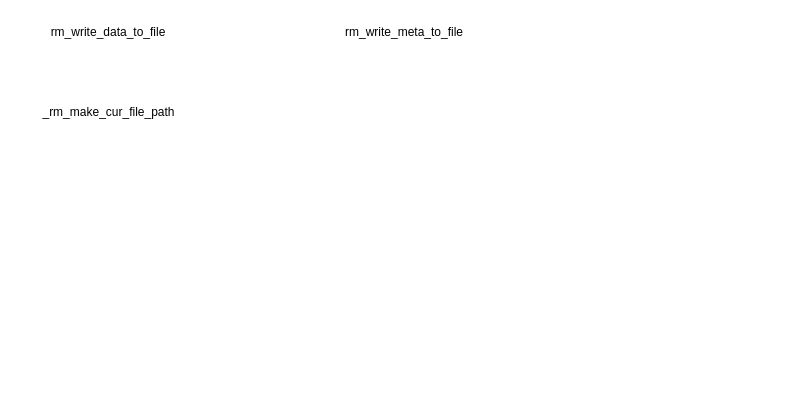
The draw.io diagram 제목 없는 다이어그램.drawio in JaeHyeon774/NEWTIL, before the edit. Source tidied: cells renumbered, new cells numbered last; positions are measured from the earlier drawing's top-left corner, leaving out a move shared by most shapes. Both pictures are drawn from the tidied source at 100%, with x=0, y=0 at pixel (33, 17).
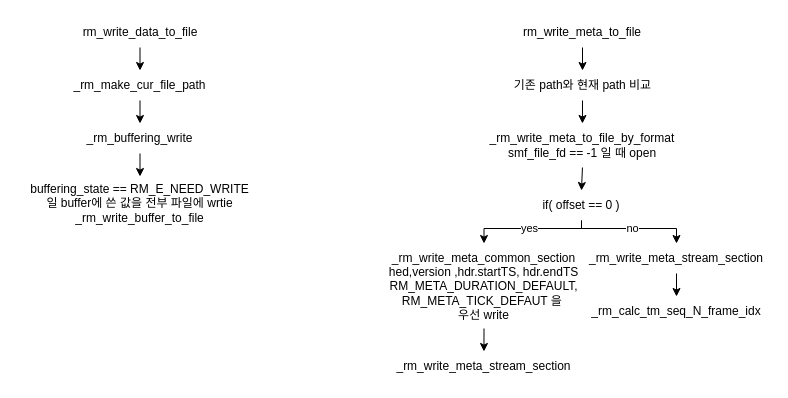
After the change.

Commit message (it also covers changes not shown here):
제목 없는 다이어그램.drawio 업데이트

Diff of the diagram source:
```diff
@@
+    <mxCell id="5" style="edgeStyle=orthogonalEdgeStyle;rounded=0;jettySize=auto;html=1;exitX=0.5;exitY=1;exitDx=0;exitDy=0;entryX=0.5;entryY=0;entryDx=0;entryDy=0;" parent="1" edge="1" source="2" target="12">
+      <mxGeometry relative="1" as="geometry" />
+    </mxCell>
     <mxCell id="2" value="rm_write_meta_to_file" style="text;html=1;strokeColor=none;fillColor=none;align=center;verticalAlign=middle;whiteSpace=wrap;rounded=0;" parent="1" vertex="1">
-      <mxGeometry x="306" width="130" height="30" as="geometry" />
+      <mxGeometry x="484" width="130" height="30" as="geometry" />
     </mxCell>
+    <mxCell id="6" style="edgeStyle=orthogonalEdgeStyle;rounded=0;jettySize=auto;html=1;exitX=0.5;exitY=1;exitDx=0;exitDy=0;entryX=0.5;entryY=0;entryDx=0;entryDy=0;" parent="1" edge="1" source="3" target="4">
+      <mxGeometry relative="1" as="geometry" />
+    </mxCell>
     <mxCell id="3" value="rm_write_data_to_file" style="text;html=1;strokeColor=none;fillColor=none;align=center;verticalAlign=middle;whiteSpace=wrap;rounded=0;" parent="1" vertex="1">
-      <mxGeometry x="10" width="130" height="30" as="geometry" />
+      <mxGeometry x="41.5" width="130" height="30" as="geometry" />
     </mxCell>
+    <mxCell id="7" style="edgeStyle=orthogonalEdgeStyle;rounded=0;jettySize=auto;html=1;exitX=0.5;exitY=1;exitDx=0;exitDy=0;entryX=0.5;entryY=0;entryDx=0;entryDy=0;" parent="1" edge="1" source="4" target="9">
+      <mxGeometry relative="1" as="geometry" />
+    </mxCell>
     <mxCell id="4" value="_rm_make_cur_file_path" style="text;html=1;strokeColor=none;fillColor=none;align=center;verticalAlign=middle;whiteSpace=wrap;rounded=0;" parent="1" vertex="1">
-      <mxGeometry x="-0.5" y="80" width="151" height="30" as="geometry" />
+      <mxGeometry x="31" y="53" width="151" height="30" as="geometry" />
     </mxCell>
+    <mxCell id="8" style="edgeStyle=orthogonalEdgeStyle;rounded=0;jettySize=auto;html=1;exitX=0.5;exitY=1;exitDx=0;exitDy=0;entryX=0.5;entryY=0;entryDx=0;entryDy=0;" parent="1" edge="1" source="9" target="10">
+      <mxGeometry relative="1" as="geometry" />
+    </mxCell>
+    <mxCell id="9" value="_rm_buffering_write" style="text;html=1;strokeColor=none;fillColor=none;align=center;verticalAlign=middle;whiteSpace=wrap;rounded=0;" parent="1" vertex="1">
+      <mxGeometry x="31" y="106" width="151" height="30" as="geometry" />
+    </mxCell>
+    <mxCell id="10" value="buffering_state == RM_E_NEED_WRITE&lt;br&gt;일 buffer에 쓴 값을 전부 파일에 wrtie&lt;br&gt;_rm_write_buffer_to_file" style="text;html=1;strokeColor=none;fillColor=none;align=center;verticalAlign=middle;whiteSpace=wrap;rounded=0;" parent="1" vertex="1">
+      <mxGeometry x="-16" y="159" width="245" height="53" as="geometry" />
+    </mxCell>
+    <mxCell id="11" style="edgeStyle=orthogonalEdgeStyle;rounded=0;jettySize=auto;html=1;exitX=0.5;exitY=1;exitDx=0;exitDy=0;entryX=0.5;entryY=0;entryDx=0;entryDy=0;" parent="1" edge="1" source="12" target="14">
+      <mxGeometry relative="1" as="geometry" />
+    </mxCell>
+    <mxCell id="12" value="기존 path와 현재 path 비교" style="text;html=1;strokeColor=none;fillColor=none;align=center;verticalAlign=middle;whiteSpace=wrap;rounded=0;" parent="1" vertex="1">
+      <mxGeometry x="462.5" y="53" width="173" height="30" as="geometry" />
+    </mxCell>
+    <mxCell id="13" style="edgeStyle=orthogonalEdgeStyle;rounded=0;jettySize=auto;html=1;exitX=0.5;exitY=1;exitDx=0;exitDy=0;entryX=0.5;entryY=0;entryDx=0;entryDy=0;" parent="1" edge="1" source="14" target="17">
+      <mxGeometry relative="1" as="geometry" />
+    </mxCell>
+    <mxCell id="14" value="_rm_write_meta_to_file_by_format&lt;br&gt;smf_file_fd == -1 일 때 open" style="text;html=1;strokeColor=none;fillColor=none;align=center;verticalAlign=middle;whiteSpace=wrap;rounded=0;" parent="1" vertex="1">
+      <mxGeometry x="442.2" y="106" width="213.5" height="44" as="geometry" />
+    </mxCell>
+    <mxCell id="15" value="yes" style="edgeStyle=orthogonalEdgeStyle;rounded=0;jettySize=auto;html=1;exitX=0.5;exitY=1;exitDx=0;exitDy=0;entryX=0.5;entryY=0;entryDx=0;entryDy=0;" parent="1" edge="1" source="17" target="19">
+      <mxGeometry relative="1" as="geometry">
+        <Array as="points">
+          <mxPoint x="548" y="211" />
+          <mxPoint x="451" y="211" />
+        </Array>
+      </mxGeometry>
+    </mxCell>
+    <mxCell id="16" value="no" style="edgeStyle=orthogonalEdgeStyle;rounded=0;jettySize=auto;html=1;exitX=0.5;exitY=1;exitDx=0;exitDy=0;entryX=0.5;entryY=0;entryDx=0;entryDy=0;" parent="1" edge="1" source="17" target="21">
+      <mxGeometry relative="1" as="geometry">
+        <Array as="points">
+          <mxPoint x="548" y="211" />
+          <mxPoint x="643" y="211" />
+        </Array>
+      </mxGeometry>
+    </mxCell>
+    <mxCell id="17" value="if( offset == 0 )" style="text;html=1;strokeColor=none;fillColor=none;align=center;verticalAlign=middle;whiteSpace=wrap;rounded=0;" parent="1" vertex="1">
+      <mxGeometry x="483" y="173" width="130" height="30" as="geometry" />
+    </mxCell>
+    <mxCell id="18" style="edgeStyle=orthogonalEdgeStyle;rounded=0;jettySize=auto;html=1;exitX=0.5;exitY=1;exitDx=0;exitDy=0;entryX=0.5;entryY=0;entryDx=0;entryDy=0;" parent="1" edge="1" source="19" target="22">
+      <mxGeometry relative="1" as="geometry" />
+    </mxCell>
+    <mxCell id="19" value="_rm_write_meta_common_section&lt;br&gt;hed,version ,hdr.startTS, hdr.endTS&lt;br&gt;RM_META_DURATION_DEFAULT, RM_META_TICK_DEFAUT 을&amp;nbsp;&lt;br&gt;우선 write" style="text;html=1;strokeColor=none;fillColor=none;align=center;verticalAlign=middle;whiteSpace=wrap;rounded=0;" parent="1" vertex="1">
+      <mxGeometry x="353" y="226" width="195" height="85" as="geometry" />
+    </mxCell>
+    <mxCell id="20" style="edgeStyle=orthogonalEdgeStyle;rounded=0;jettySize=auto;html=1;exitX=0.5;exitY=1;exitDx=0;exitDy=0;entryX=0.5;entryY=0;entryDx=0;entryDy=0;" parent="1" edge="1" source="21" target="23">
+      <mxGeometry relative="1" as="geometry" />
+    </mxCell>
+    <mxCell id="21" value="_rm_write_meta_stream_section" style="text;html=1;strokeColor=none;fillColor=none;align=center;verticalAlign=middle;whiteSpace=wrap;rounded=0;" parent="1" vertex="1">
+      <mxGeometry x="548" y="226" width="190" height="30" as="geometry" />
+    </mxCell>
+    <mxCell id="22" value="_rm_write_meta_stream_section" style="text;html=1;strokeColor=none;fillColor=none;align=center;verticalAlign=middle;whiteSpace=wrap;rounded=0;" parent="1" vertex="1">
+      <mxGeometry x="356.2" y="334" width="188.5" height="30" as="geometry" />
+    </mxCell>
+    <mxCell id="23" value="_rm_calc_tm_seq_N_frame_idx" style="text;html=1;strokeColor=none;fillColor=none;align=center;verticalAlign=middle;whiteSpace=wrap;rounded=0;" parent="1" vertex="1">
+      <mxGeometry x="548" y="279" width="190" height="30" as="geometry" />
+    </mxCell>
```
